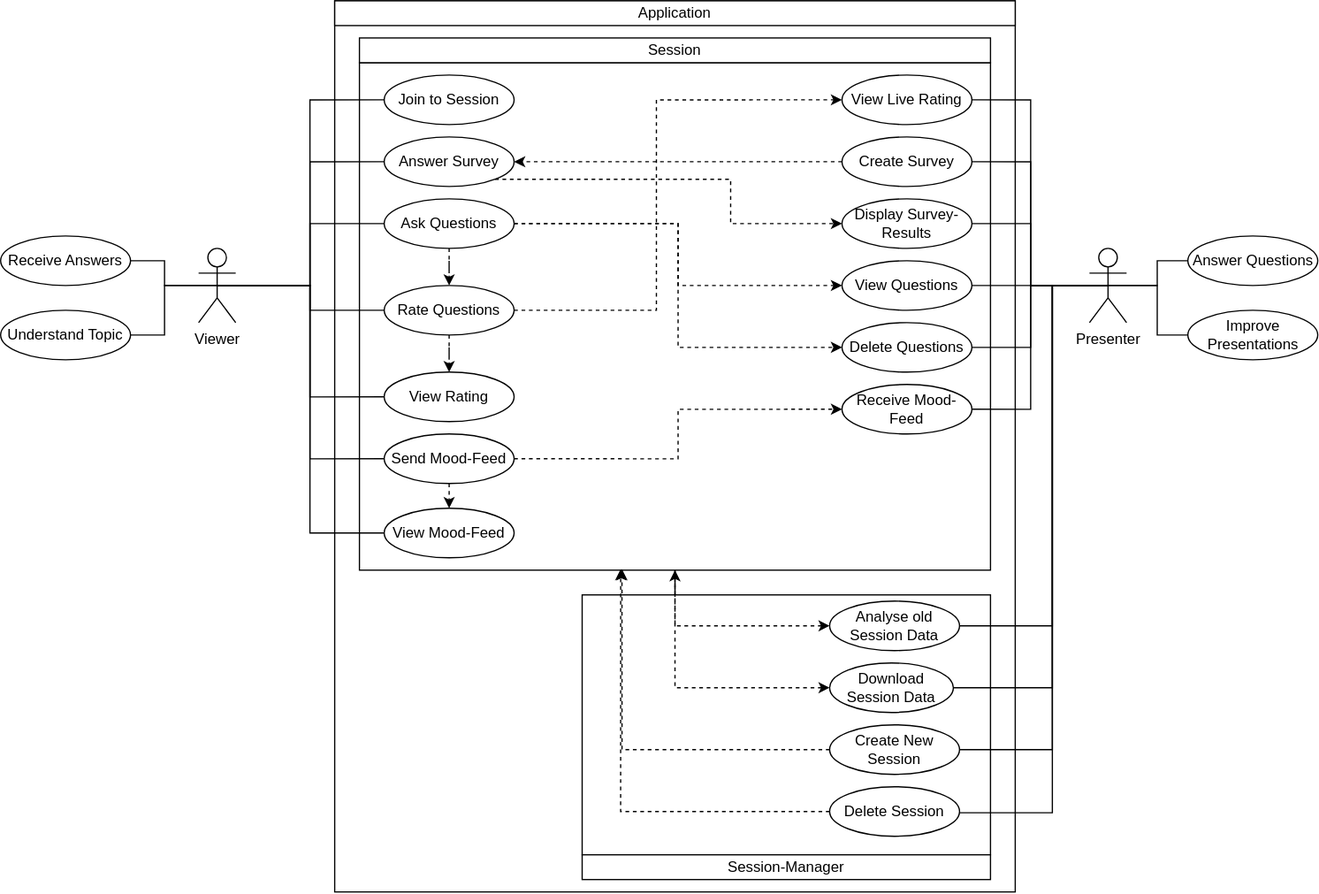
Earlier version of the draw.io export docs/image/UML.svg (MaxiLambda/LectureFeed). Source tidied: cells renumbered, new cells last; positions are measured from the earlier drawing's top-left corner, leaving out a move shared by most shapes.
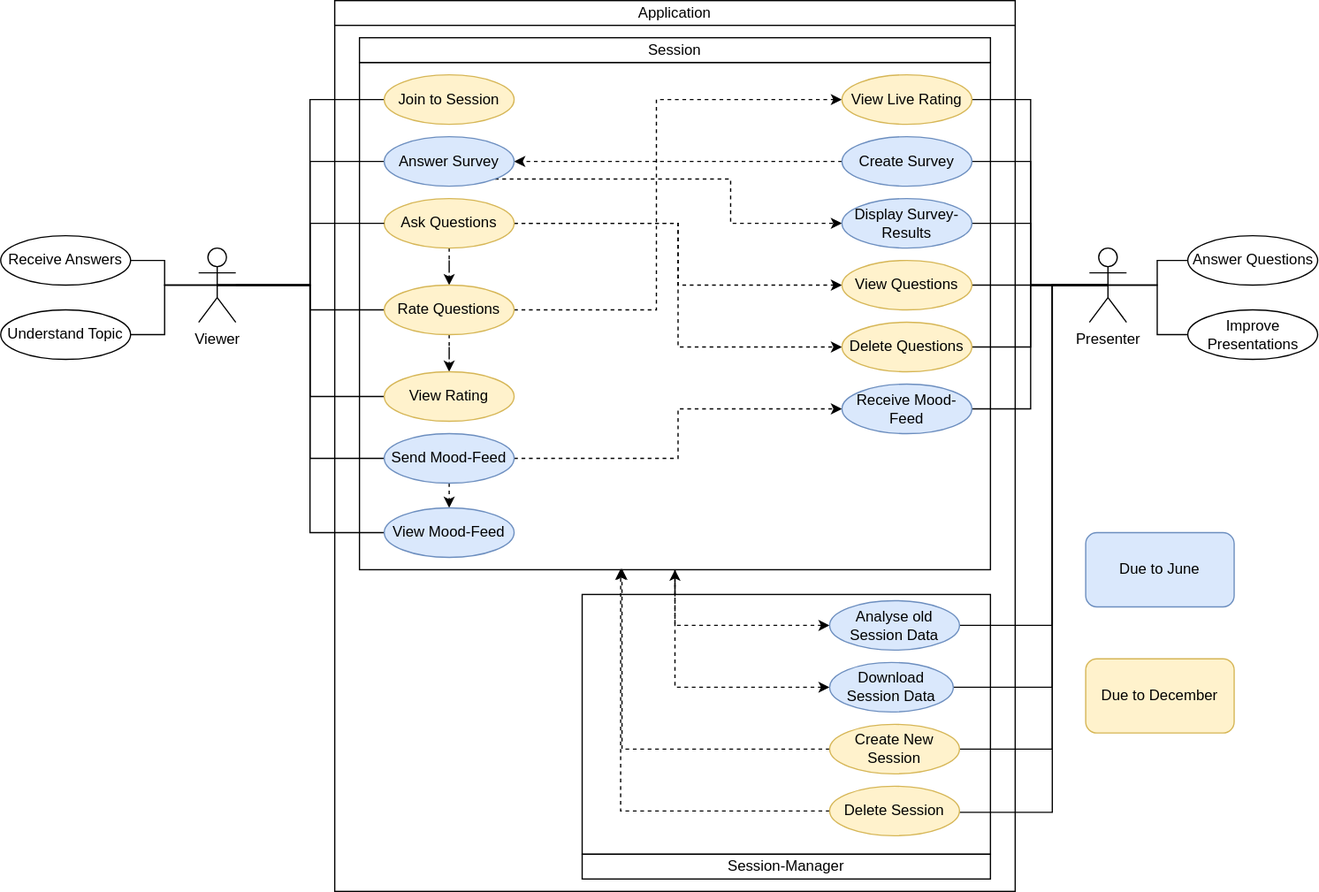
After the change.

Commit message:
[LFD-16] exchanged svg for new uml diagram

Change to the diagram source:
```diff
@@ -28,7 +28,7 @@
     <mxCell id="8" style="edgeStyle=orthogonalEdgeStyle;rounded=0;jettySize=auto;html=1;exitX=1;exitY=0.5;exitDx=0;exitDy=0;entryX=0;entryY=0.5;entryDx=0;entryDy=0;dashed=1;endArrow=classic;endFill=1;" parent="1" edge="1" source="9" target="46">
       <mxGeometry relative="1" as="geometry" />
     </mxCell>
-    <mxCell id="9" value="Ask Questions" style="ellipse;whiteSpace=wrap;html=1;" parent="1" vertex="1">
+    <mxCell id="9" value="Ask Questions" style="ellipse;whiteSpace=wrap;html=1;fillColor=#fff2cc;strokeColor=#d6b656;" parent="1" vertex="1">
       <mxGeometry x="310" y="160" width="105" height="40" as="geometry" />
     </mxCell>
     <mxCell id="10" style="edgeStyle=orthogonalEdgeStyle;rounded=0;jettySize=auto;html=1;exitX=0.5;exitY=0.5;exitDx=0;exitDy=0;exitPerimeter=0;entryX=0;entryY=0.5;entryDx=0;entryDy=0;endArrow=none;endFill=0;" parent="1" edge="1" source="19" target="51">
@@ -132,7 +132,7 @@
         </Array>
       </mxGeometry>
     </mxCell>
-    <mxCell id="35" value="Rate Questions" style="ellipse;whiteSpace=wrap;html=1;" parent="1" vertex="1">
+    <mxCell id="35" value="Rate Questions" style="ellipse;whiteSpace=wrap;html=1;fillColor=#fff2cc;strokeColor=#d6b656;" parent="1" vertex="1">
       <mxGeometry x="310" y="230" width="105" height="40" as="geometry" />
     </mxCell>
     <mxCell id="36" style="edgeStyle=orthogonalEdgeStyle;rounded=0;jettySize=auto;html=1;exitX=1;exitY=0.5;exitDx=0;exitDy=0;entryX=0;entryY=0.5;entryDx=0;entryDy=0;dashed=1;endArrow=classic;endFill=1;" parent="1" edge="1" source="38" target="42">
@@ -141,19 +141,19 @@
     <mxCell id="37" style="edgeStyle=orthogonalEdgeStyle;rounded=0;jettySize=auto;html=1;exitX=0.5;exitY=1;exitDx=0;exitDy=0;entryX=0.5;entryY=0;entryDx=0;entryDy=0;dashed=1;endArrow=classic;endFill=1;" parent="1" edge="1" source="38" target="52">
       <mxGeometry relative="1" as="geometry" />
     </mxCell>
-    <mxCell id="38" value="Send Mood-Feed" style="ellipse;whiteSpace=wrap;html=1;" parent="1" vertex="1">
+    <mxCell id="38" value="Send Mood-Feed" style="ellipse;whiteSpace=wrap;html=1;fillColor=#dae8fc;strokeColor=#6c8ebf;" parent="1" vertex="1">
       <mxGeometry x="310" y="350" width="105" height="40" as="geometry" />
     </mxCell>
-    <mxCell id="39" value="View Rating" style="ellipse;whiteSpace=wrap;html=1;" parent="1" vertex="1">
+    <mxCell id="39" value="View Rating" style="ellipse;whiteSpace=wrap;html=1;fillColor=#fff2cc;strokeColor=#d6b656;" parent="1" vertex="1">
       <mxGeometry x="310" y="300" width="105" height="40" as="geometry" />
     </mxCell>
-    <mxCell id="40" value="View Questions" style="ellipse;whiteSpace=wrap;html=1;" parent="1" vertex="1">
+    <mxCell id="40" value="View Questions" style="ellipse;whiteSpace=wrap;html=1;fillColor=#fff2cc;strokeColor=#d6b656;" parent="1" vertex="1">
       <mxGeometry x="680" y="210" width="105" height="40" as="geometry" />
     </mxCell>
     <mxCell id="41" value="Answer Questions" style="ellipse;whiteSpace=wrap;html=1;" parent="1" vertex="1">
       <mxGeometry x="959.5" y="190" width="105" height="40" as="geometry" />
     </mxCell>
-    <mxCell id="42" value="Receive Mood-Feed" style="ellipse;whiteSpace=wrap;html=1;" parent="1" vertex="1">
+    <mxCell id="42" value="Receive Mood-Feed" style="ellipse;whiteSpace=wrap;html=1;fillColor=#dae8fc;strokeColor=#6c8ebf;" parent="1" vertex="1">
       <mxGeometry x="680" y="310" width="105" height="40" as="geometry" />
     </mxCell>
     <mxCell id="43" style="edgeStyle=orthogonalEdgeStyle;rounded=0;jettySize=auto;html=1;exitX=0;exitY=0.5;exitDx=0;exitDy=0;entryX=0.5;entryY=1;entryDx=0;entryDy=0;dashed=1;endArrow=none;endFill=0;startArrow=classic;startFill=1;" parent="1" edge="1" source="44" target="3">
@@ -163,31 +163,31 @@
         </Array>
       </mxGeometry>
     </mxCell>
-    <mxCell id="44" value="Analyse old Session Data" style="ellipse;whiteSpace=wrap;html=1;" parent="1" vertex="1">
+    <mxCell id="44" value="Analyse old Session Data" style="ellipse;whiteSpace=wrap;html=1;fillColor=#dae8fc;strokeColor=#6c8ebf;" parent="1" vertex="1">
       <mxGeometry x="670" y="485" width="105" height="40" as="geometry" />
     </mxCell>
-    <mxCell id="45" value="View Live Rating" style="ellipse;whiteSpace=wrap;html=1;" parent="1" vertex="1">
+    <mxCell id="45" value="View Live Rating" style="ellipse;whiteSpace=wrap;html=1;fillColor=#fff2cc;strokeColor=#d6b656;" parent="1" vertex="1">
       <mxGeometry x="680" y="60" width="105" height="40" as="geometry" />
     </mxCell>
-    <mxCell id="46" value="Delete Questions" style="ellipse;whiteSpace=wrap;html=1;" parent="1" vertex="1">
+    <mxCell id="46" value="Delete Questions" style="ellipse;whiteSpace=wrap;html=1;fillColor=#fff2cc;strokeColor=#d6b656;" parent="1" vertex="1">
       <mxGeometry x="680" y="260" width="105" height="40" as="geometry" />
     </mxCell>
     <mxCell id="47" style="edgeStyle=orthogonalEdgeStyle;rounded=0;jettySize=auto;html=1;exitX=0;exitY=0.5;exitDx=0;exitDy=0;entryX=0.5;entryY=1;entryDx=0;entryDy=0;dashed=1;startArrow=classic;startFill=1;endArrow=none;endFill=0;" parent="1" edge="1" source="48" target="3">
       <mxGeometry relative="1" as="geometry" />
     </mxCell>
-    <mxCell id="48" value="Download &lt;br&gt;Session Data" style="ellipse;whiteSpace=wrap;html=1;" parent="1" vertex="1">
+    <mxCell id="48" value="Download &lt;br&gt;Session Data" style="ellipse;whiteSpace=wrap;html=1;fillColor=#dae8fc;strokeColor=#6c8ebf;" parent="1" vertex="1">
       <mxGeometry x="670" y="535" width="100" height="40" as="geometry" />
     </mxCell>
     <mxCell id="49" style="edgeStyle=orthogonalEdgeStyle;rounded=0;jettySize=auto;html=1;exitX=0;exitY=0.5;exitDx=0;exitDy=0;entryX=0.416;entryY=0.998;entryDx=0;entryDy=0;entryPerimeter=0;dashed=1;startArrow=none;startFill=0;endArrow=classic;endFill=1;" parent="1" edge="1" source="50" target="3">
       <mxGeometry relative="1" as="geometry" />
     </mxCell>
-    <mxCell id="50" value="Create New Session" style="ellipse;whiteSpace=wrap;html=1;" parent="1" vertex="1">
+    <mxCell id="50" value="Create New Session" style="ellipse;whiteSpace=wrap;html=1;fillColor=#fff2cc;strokeColor=#d6b656;" parent="1" vertex="1">
       <mxGeometry x="670" y="585" width="105" height="40" as="geometry" />
     </mxCell>
-    <mxCell id="51" value="Join to Session" style="ellipse;whiteSpace=wrap;html=1;" parent="1" vertex="1">
+    <mxCell id="51" value="Join to Session" style="ellipse;whiteSpace=wrap;html=1;fillColor=#fff2cc;strokeColor=#d6b656;" parent="1" vertex="1">
       <mxGeometry x="310" y="60" width="105" height="40" as="geometry" />
     </mxCell>
-    <mxCell id="52" value="View Mood-Feed" style="ellipse;whiteSpace=wrap;html=1;" parent="1" vertex="1">
+    <mxCell id="52" value="View Mood-Feed" style="ellipse;whiteSpace=wrap;html=1;fillColor=#dae8fc;strokeColor=#6c8ebf;" parent="1" vertex="1">
       <mxGeometry x="310" y="410" width="105" height="40" as="geometry" />
     </mxCell>
     <mxCell id="53" style="edgeStyle=orthogonalEdgeStyle;rounded=0;jettySize=auto;html=1;entryX=0.414;entryY=0.998;entryDx=0;entryDy=0;entryPerimeter=0;dashed=1;startArrow=none;startFill=0;endArrow=classic;endFill=1;" parent="1" edge="1" source="54" target="3">
@@ -197,7 +197,7 @@
         </Array>
       </mxGeometry>
     </mxCell>
-    <mxCell id="54" value="Delete Session" style="ellipse;whiteSpace=wrap;html=1;" parent="1" vertex="1">
+    <mxCell id="54" value="Delete Session" style="ellipse;whiteSpace=wrap;html=1;fillColor=#fff2cc;strokeColor=#d6b656;" parent="1" vertex="1">
       <mxGeometry x="670" y="635" width="105" height="40" as="geometry" />
     </mxCell>
     <mxCell id="55" value="Receive Answers" style="ellipse;whiteSpace=wrap;html=1;" parent="1" vertex="1">
@@ -206,7 +206,7 @@
     <mxCell id="56" style="edgeStyle=orthogonalEdgeStyle;rounded=0;jettySize=auto;html=1;endArrow=classic;endFill=1;dashed=1;" parent="1" edge="1" source="57" target="59">
       <mxGeometry relative="1" as="geometry" />
     </mxCell>
-    <mxCell id="57" value="Create Survey" style="ellipse;whiteSpace=wrap;html=1;" parent="1" vertex="1">
+    <mxCell id="57" value="Create Survey" style="ellipse;whiteSpace=wrap;html=1;fillColor=#dae8fc;strokeColor=#6c8ebf;" parent="1" vertex="1">
       <mxGeometry x="680" y="110" width="105" height="40" as="geometry" />
     </mxCell>
     <mxCell id="58" style="edgeStyle=orthogonalEdgeStyle;rounded=0;jettySize=auto;html=1;exitX=1;exitY=1;exitDx=0;exitDy=0;entryX=0;entryY=0.5;entryDx=0;entryDy=0;dashed=1;endArrow=classic;endFill=1;" parent="1" edge="1" source="59" target="60">
@@ -217,10 +217,10 @@
         </Array>
       </mxGeometry>
     </mxCell>
-    <mxCell id="59" value="Answer Survey" style="ellipse;whiteSpace=wrap;html=1;" parent="1" vertex="1">
+    <mxCell id="59" value="Answer Survey" style="ellipse;whiteSpace=wrap;html=1;fillColor=#dae8fc;strokeColor=#6c8ebf;" parent="1" vertex="1">
       <mxGeometry x="310" y="110" width="105" height="40" as="geometry" />
     </mxCell>
-    <mxCell id="60" value="Display Survey-Results" style="ellipse;whiteSpace=wrap;html=1;" parent="1" vertex="1">
+    <mxCell id="60" value="Display Survey-Results" style="ellipse;whiteSpace=wrap;html=1;fillColor=#dae8fc;strokeColor=#6c8ebf;" parent="1" vertex="1">
       <mxGeometry x="680" y="160" width="105" height="40" as="geometry" />
     </mxCell>
     <mxCell id="61" value="Session" style="rounded=0;whiteSpace=wrap;html=1;" parent="1" vertex="1">
@@ -238,5 +238,11 @@
     <mxCell id="65" value="Session-Manager" style="rounded=0;whiteSpace=wrap;html=1;" parent="1" vertex="1">
       <mxGeometry x="470" y="690" width="330" height="20" as="geometry" />
     </mxCell>
+    <mxCell id="66" value="Due to June" style="rounded=1;whiteSpace=wrap;html=1;fillColor=#dae8fc;strokeColor=#6c8ebf;" parent="1" vertex="1">
+      <mxGeometry x="877" y="430" width="120" height="60" as="geometry" />
+    </mxCell>
+    <mxCell id="67" value="Due to December" style="rounded=1;whiteSpace=wrap;html=1;fillColor=#fff2cc;strokeColor=#d6b656;" parent="1" vertex="1">
+      <mxGeometry x="877" y="532" width="120" height="60" as="geometry" />
+    </mxCell>
   </root>
 </mxGraphModel>
```
